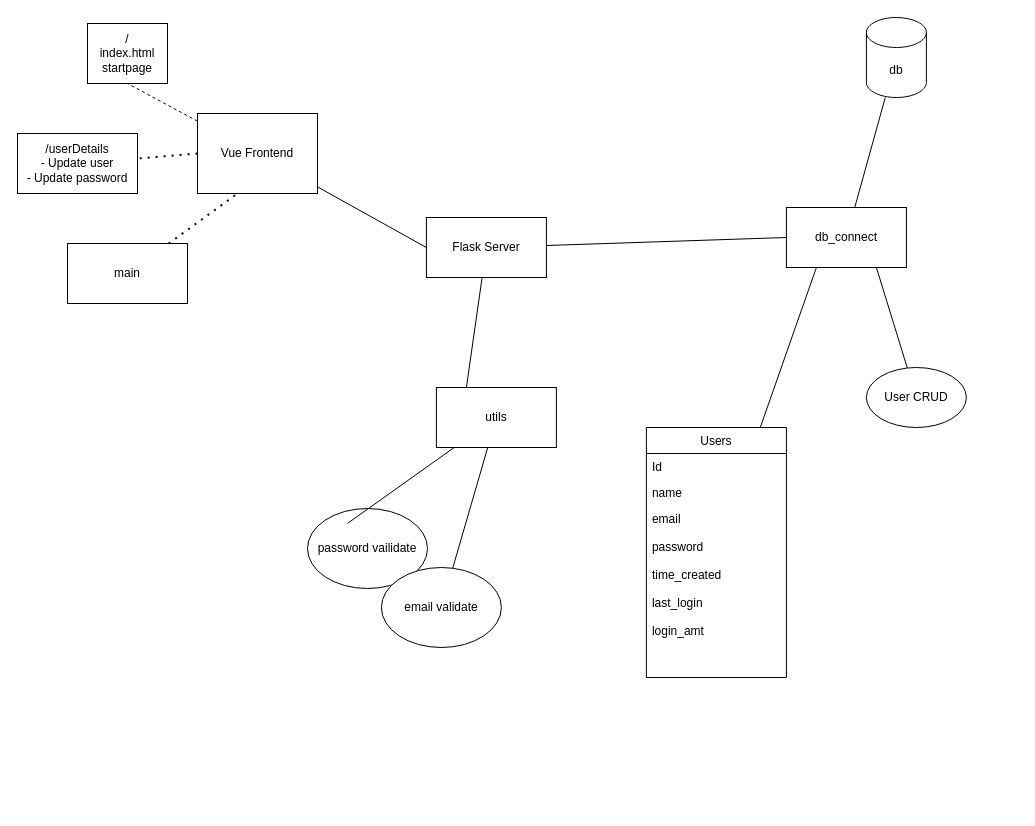
The draw.io diagram references/nordaxonSys.drawio in cfossto/login-sys, before the edit. Source tidied: cells renumbered, new cells numbered last; positions are measured from the earlier drawing's top-left corner, leaving out a move shared by most shapes. Both pictures are drawn from the tidied source at 100%, with x=0, y=0 at pixel (17, 17).
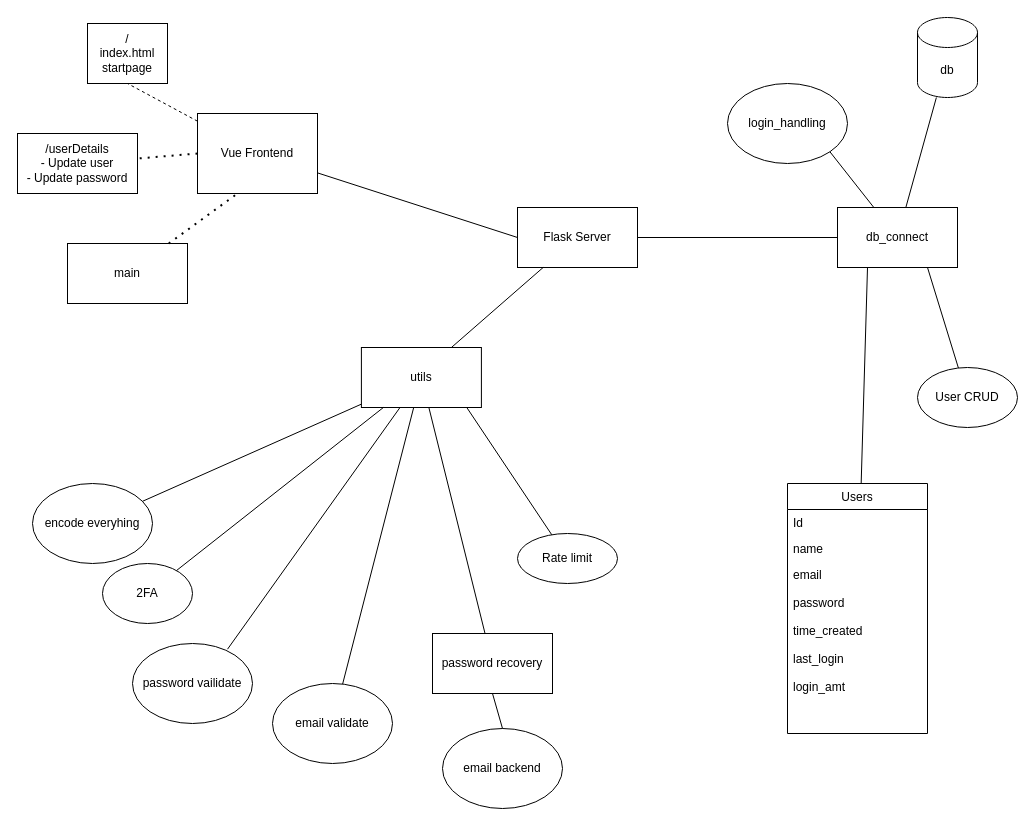
The same diagram, later.

Commit message (it also covers changes not shown here):
login method created, url string working

What changed in the source:
```diff
@@
     <mxCell id="2" value="Flask Server" style="rounded=0;whiteSpace=wrap;html=1;" parent="1" vertex="1">
-      <mxGeometry x="408.9" y="200" width="120" height="60" as="geometry" />
+      <mxGeometry x="500" y="190" width="120" height="60" as="geometry" />
     </mxCell>
@@
     <mxCell id="6" value="db" style="shape=cylinder3;whiteSpace=wrap;html=1;boundedLbl=1;backgroundOutline=1;size=15;" parent="1" vertex="1">
-      <mxGeometry x="848.9" width="60" height="80" as="geometry" />
+      <mxGeometry x="900" width="60" height="80" as="geometry" />
     </mxCell>
@@
     <mxCell id="9" value="db_connect" style="rounded=0;whiteSpace=wrap;html=1;" parent="1" vertex="1">
-      <mxGeometry x="768.9" y="190" width="120" height="60" as="geometry" />
+      <mxGeometry x="820" y="190" width="120" height="60" as="geometry" />
     </mxCell>
@@
     <mxCell id="12" value="utils" style="rounded=0;whiteSpace=wrap;html=1;" parent="1" vertex="1">
-      <mxGeometry x="418.9" y="370" width="120" height="60" as="geometry" />
+      <mxGeometry x="343.9" y="330" width="120" height="60" as="geometry" />
     </mxCell>
-    <mxCell id="13" style="endArrow=none;html=1;exitX=0.25;exitY=0;exitDx=0;exitDy=0;" parent="1" edge="1" source="12" target="2">
+    <mxCell id="13" style="endArrow=none;html=1;exitX=0.75;exitY=0;exitDx=0;exitDy=0;" parent="1" edge="1" source="12" target="2">
       <mxGeometry relative="1" as="geometry" />
     </mxCell>
     <mxCell id="14" value="Users" style="swimlane;fontStyle=0;horizontal=1;startSize=26;" parent="1" vertex="1">
-      <mxGeometry x="628.9" y="410" width="140" height="250" as="geometry" />
+      <mxGeometry x="770" y="466" width="140" height="250" as="geometry" />
     </mxCell>
@@
     <mxCell id="19" value="password vailidate" style="ellipse;whiteSpace=wrap;html=1;" parent="1" vertex="1">
-      <mxGeometry x="290" y="491" width="120" height="80" as="geometry" />
+      <mxGeometry x="115" y="626" width="120" height="80" as="geometry" />
     </mxCell>
     <mxCell id="20" value="email validate" style="ellipse;whiteSpace=wrap;html=1;" parent="1" vertex="1">
-      <mxGeometry x="363.9" y="550" width="120" height="80" as="geometry" />
+      <mxGeometry x="255" y="666" width="120" height="80" as="geometry" />
     </mxCell>
-    <mxCell id="21" style="endArrow=none;html=1;" parent="1" edge="1" target="12">
-      <mxGeometry relative="1" as="geometry">
-        <mxPoint x="330" y="505.9" as="sourcePoint" />
-      </mxGeometry>
+    <mxCell id="21" style="endArrow=none;html=1;exitX=0.792;exitY=0.071;exitDx=0;exitDy=0;exitPerimeter=0;" parent="1" edge="1" source="19" target="12">
+      <mxGeometry relative="1" as="geometry" />
     </mxCell>
@@
     <mxCell id="26" value="User CRUD" style="ellipse;whiteSpace=wrap;html=1;" parent="1" vertex="1">
-      <mxGeometry x="848.9" y="350" width="100" height="60" as="geometry" />
+      <mxGeometry x="900" y="350" width="100" height="60" as="geometry" />
     </mxCell>
@@
+    <mxCell id="28" value="password recovery" style="rounded=0;whiteSpace=wrap;html=1;" parent="1" vertex="1">
+      <mxGeometry x="415" y="616" width="120" height="60" as="geometry" />
+    </mxCell>
+    <mxCell id="29" value="email backend" style="ellipse;whiteSpace=wrap;html=1;" parent="1" vertex="1">
+      <mxGeometry x="425" y="711" width="120" height="80" as="geometry" />
+    </mxCell>
+    <mxCell id="30" style="endArrow=none;html=1;entryX=0.5;entryY=1;entryDx=0;entryDy=0;exitX=0.5;exitY=0;exitDx=0;exitDy=0;" parent="1" edge="1" source="29" target="28">
+      <mxGeometry relative="1" as="geometry" />
+    </mxCell>
+    <mxCell id="31" style="endArrow=none;html=1;" parent="1" edge="1" source="28" target="12">
+      <mxGeometry relative="1" as="geometry" />
+    </mxCell>
+    <mxCell id="32" value="2FA" style="ellipse;whiteSpace=wrap;html=1;" parent="1" vertex="1">
+      <mxGeometry x="85" y="546" width="90" height="60" as="geometry" />
+    </mxCell>
+    <mxCell id="33" style="endArrow=none;html=1;" parent="1" edge="1" source="32" target="12">
+      <mxGeometry relative="1" as="geometry" />
+    </mxCell>
+    <mxCell id="34" value="encode everyhing" style="ellipse;whiteSpace=wrap;html=1;" parent="1" vertex="1">
+      <mxGeometry x="15" y="466" width="120" height="80" as="geometry" />
+    </mxCell>
+    <mxCell id="35" style="endArrow=none;html=1;" parent="1" edge="1" source="34" target="12">
+      <mxGeometry relative="1" as="geometry" />
+    </mxCell>
+    <mxCell id="36" value="login_handling" style="ellipse;whiteSpace=wrap;html=1;" parent="1" vertex="1">
+      <mxGeometry x="710" y="66" width="120" height="80" as="geometry" />
+    </mxCell>
+    <mxCell id="37" style="endArrow=none;html=1;entryX=1;entryY=1;entryDx=0;entryDy=0;" parent="1" edge="1" source="9" target="36">
+      <mxGeometry relative="1" as="geometry" />
+    </mxCell>
+    <mxCell id="38" value="Rate limit" style="ellipse;whiteSpace=wrap;html=1;" parent="1" vertex="1">
+      <mxGeometry x="500" y="516" width="100" height="50" as="geometry" />
+    </mxCell>
+    <mxCell id="39" style="endArrow=none;html=1;entryX=0.876;entryY=0.994;entryDx=0;entryDy=0;entryPerimeter=0;" parent="1" edge="1" source="38" target="12">
+      <mxGeometry relative="1" as="geometry" />
+    </mxCell>
```
